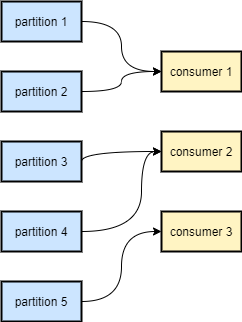
This is kafka分区策略_rangeassigner1.png from CCMEOW/diagrams, a draw.io export, as it was before one commit. Source tidied: cells renumbered, new cells last; positions are measured from the earlier drawing's top-left corner, leaving out a move shared by most shapes.
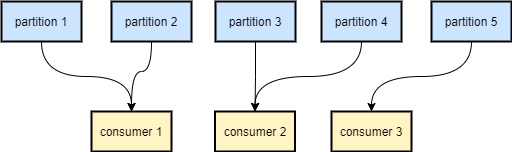
Later version of the same file.

Diff of the diagram source:
```diff
@@ -2,54 +2,49 @@
   <root>
     <mxCell id="0" />
     <mxCell id="1" parent="0" />
-    <mxCell id="2" style="edgeStyle=orthogonalEdgeStyle;rounded=0;jettySize=auto;html=1;exitX=1;exitY=0.5;exitDx=0;exitDy=0;entryX=0;entryY=0.5;entryDx=0;entryDy=0;curved=1;" parent="1" edge="1" source="3" target="12">
+    <mxCell id="2" style="edgeStyle=orthogonalEdgeStyle;rounded=0;jettySize=auto;html=1;exitX=0.5;exitY=1;exitDx=0;exitDy=0;curved=1;" parent="1" edge="1" source="3" target="12">
       <mxGeometry relative="1" as="geometry" />
     </mxCell>
     <mxCell id="3" value="partition 1" style="rounded=0;whiteSpace=wrap;html=1;strokeWidth=2;fillColor=#CCE5FF;" parent="1" vertex="1">
-      <mxGeometry width="80" height="40" as="geometry" />
+      <mxGeometry x="-40" y="-30" width="80" height="40" as="geometry" />
     </mxCell>
-    <mxCell id="4" style="edgeStyle=orthogonalEdgeStyle;curved=1;rounded=0;jettySize=auto;html=1;exitX=1;exitY=0.5;exitDx=0;exitDy=0;entryX=0;entryY=0.5;entryDx=0;entryDy=0;" parent="1" edge="1" source="5" target="12">
-      <mxGeometry relative="1" as="geometry" />
+    <mxCell id="4" style="edgeStyle=orthogonalEdgeStyle;curved=1;rounded=0;jettySize=auto;html=1;exitX=0.5;exitY=1;exitDx=0;exitDy=0;" parent="1" edge="1" source="5" target="12">
+      <mxGeometry relative="1" as="geometry">
+        <Array as="points">
+          <mxPoint x="110" y="40" />
+          <mxPoint x="90" y="40" />
+        </Array>
+      </mxGeometry>
     </mxCell>
     <mxCell id="5" value="partition 2" style="rounded=0;whiteSpace=wrap;html=1;strokeWidth=2;fillColor=#CCE5FF;" parent="1" vertex="1">
-      <mxGeometry y="70" width="80" height="40" as="geometry" />
+      <mxGeometry x="70" y="-30" width="80" height="40" as="geometry" />
     </mxCell>
-    <mxCell id="6" style="edgeStyle=orthogonalEdgeStyle;curved=1;rounded=0;jettySize=auto;html=1;exitX=1;exitY=0.5;exitDx=0;exitDy=0;entryX=0;entryY=0.5;entryDx=0;entryDy=0;" parent="1" edge="1" source="7" target="13">
-      <mxGeometry relative="1" as="geometry">
-        <Array as="points">
-          <mxPoint x="80" y="150" />
-        </Array>
-      </mxGeometry>
-    </mxCell>
     <mxCell id="7" value="partition 3" style="rounded=0;whiteSpace=wrap;html=1;strokeWidth=2;fillColor=#CCE5FF;" parent="1" vertex="1">
-      <mxGeometry y="140" width="80" height="40" as="geometry" />
+      <mxGeometry x="174" y="-30" width="80" height="40" as="geometry" />
     </mxCell>
-    <mxCell id="8" style="edgeStyle=orthogonalEdgeStyle;curved=1;rounded=0;jettySize=auto;html=1;exitX=1;exitY=0.5;exitDx=0;exitDy=0;" parent="1" edge="1" source="9">
-      <mxGeometry relative="1" as="geometry">
-        <mxPoint x="160" y="150" as="targetPoint" />
-        <Array as="points">
-          <mxPoint x="140" y="230" />
-          <mxPoint x="140" y="150" />
-        </Array>
-      </mxGeometry>
-    </mxCell>
+    <mxCell id="15" style="edgeStyle=orthogonalEdgeStyle;curved=1;rounded=0;jettySize=auto;html=1;exitX=0.5;exitY=1;exitDx=0;exitDy=0;entryX=0.5;entryY=0;entryDx=0;entryDy=0;" parent="1" edge="1" source="9" target="13">
+      <mxGeometry relative="1" as="geometry" />
+    </mxCell>
     <mxCell id="9" value="partition 4" style="rounded=0;whiteSpace=wrap;html=1;strokeWidth=2;fillColor=#CCE5FF;" parent="1" vertex="1">
-      <mxGeometry y="210" width="80" height="40" as="geometry" />
+      <mxGeometry x="280" y="-30" width="80" height="40" as="geometry" />
     </mxCell>
-    <mxCell id="10" style="edgeStyle=orthogonalEdgeStyle;curved=1;rounded=0;jettySize=auto;html=1;exitX=1;exitY=0.5;exitDx=0;exitDy=0;entryX=0;entryY=0.5;entryDx=0;entryDy=0;" parent="1" edge="1" source="11" target="14">
+    <mxCell id="10" style="edgeStyle=orthogonalEdgeStyle;curved=1;rounded=0;jettySize=auto;html=1;exitX=0.5;exitY=1;exitDx=0;exitDy=0;entryX=0.5;entryY=0;entryDx=0;entryDy=0;" parent="1" edge="1" source="11" target="14">
       <mxGeometry relative="1" as="geometry" />
     </mxCell>
     <mxCell id="11" value="partition 5" style="rounded=0;whiteSpace=wrap;html=1;strokeWidth=2;fillColor=#CCE5FF;" parent="1" vertex="1">
-      <mxGeometry y="280" width="80" height="40" as="geometry" />
+      <mxGeometry x="390" y="-30" width="80" height="40" as="geometry" />
     </mxCell>
-    <mxCell id="12" value="consumer 1" style="rounded=0;whiteSpace=wrap;html=1;strokeWidth=2;fillColor=#FFF4C3;" parent="1" vertex="1">
-      <mxGeometry x="160" y="50" width="80" height="40" as="geometry" />
-    </mxCell>
     <mxCell id="13" value="consumer 2" style="rounded=0;whiteSpace=wrap;html=1;strokeWidth=2;fillColor=#FFF4C3;" parent="1" vertex="1">
-      <mxGeometry x="160" y="130" width="80" height="40" as="geometry" />
+      <mxGeometry x="173.5" y="80" width="80" height="40" as="geometry" />
     </mxCell>
     <mxCell id="14" value="consumer 3" style="rounded=0;whiteSpace=wrap;html=1;strokeWidth=2;fillColor=#FFF4C3;" parent="1" vertex="1">
-      <mxGeometry x="160" y="210" width="80" height="40" as="geometry" />
+      <mxGeometry x="290" y="80" width="80" height="40" as="geometry" />
     </mxCell>
+    <mxCell id="12" value="consumer 1" style="rounded=0;whiteSpace=wrap;html=1;strokeWidth=2;fillColor=#FFF4C3;" parent="1" vertex="1">
+      <mxGeometry x="50" y="80" width="80" height="40" as="geometry" />
+    </mxCell>
+    <mxCell id="6" style="edgeStyle=orthogonalEdgeStyle;curved=1;rounded=0;jettySize=auto;html=1;exitX=0.5;exitY=1;exitDx=0;exitDy=0;entryX=0.5;entryY=0;entryDx=0;entryDy=0;" parent="1" edge="1" source="7" target="13">
+      <mxGeometry relative="1" as="geometry" />
+    </mxCell>
   </root>
 </mxGraphModel>
```
